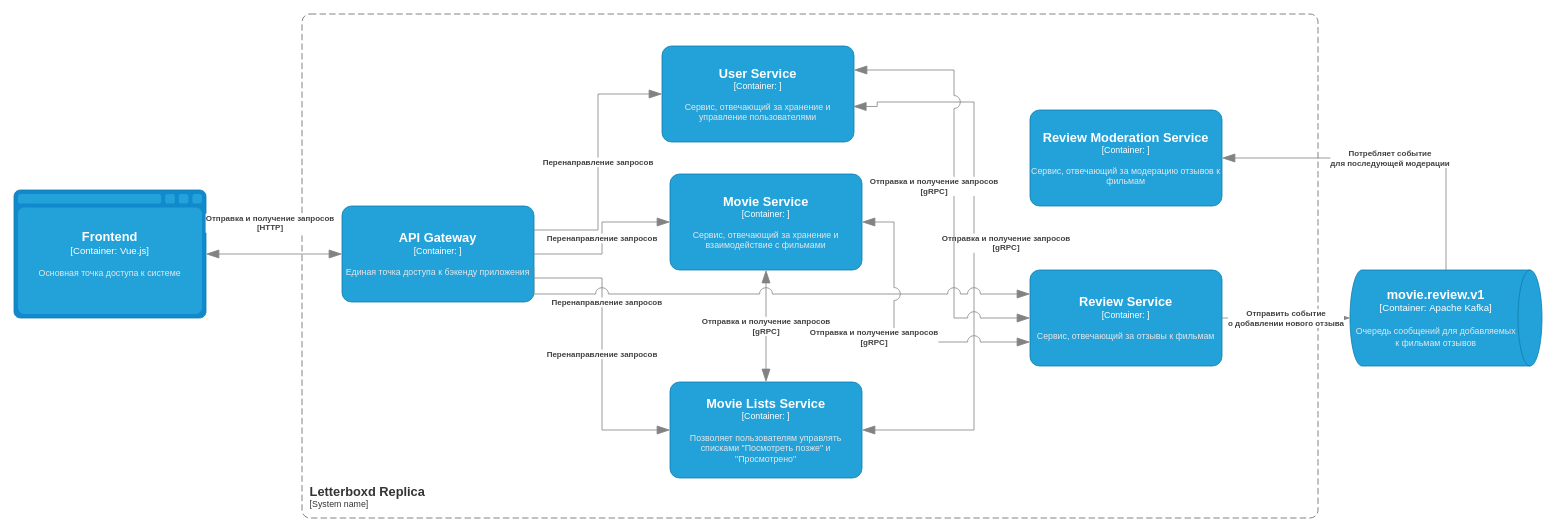
Before: docs/requirments/architecture/C4.drawio in eatdetey/letterboxd-replica, a draw.io diagram. Source tidied: cells renumbered, new cells numbered last; positions are measured from the earlier drawing's top-left corner, leaving out a move shared by most shapes. Both pictures are drawn from the tidied source at 80%, with x=0, y=0 at pixel (14, 14).
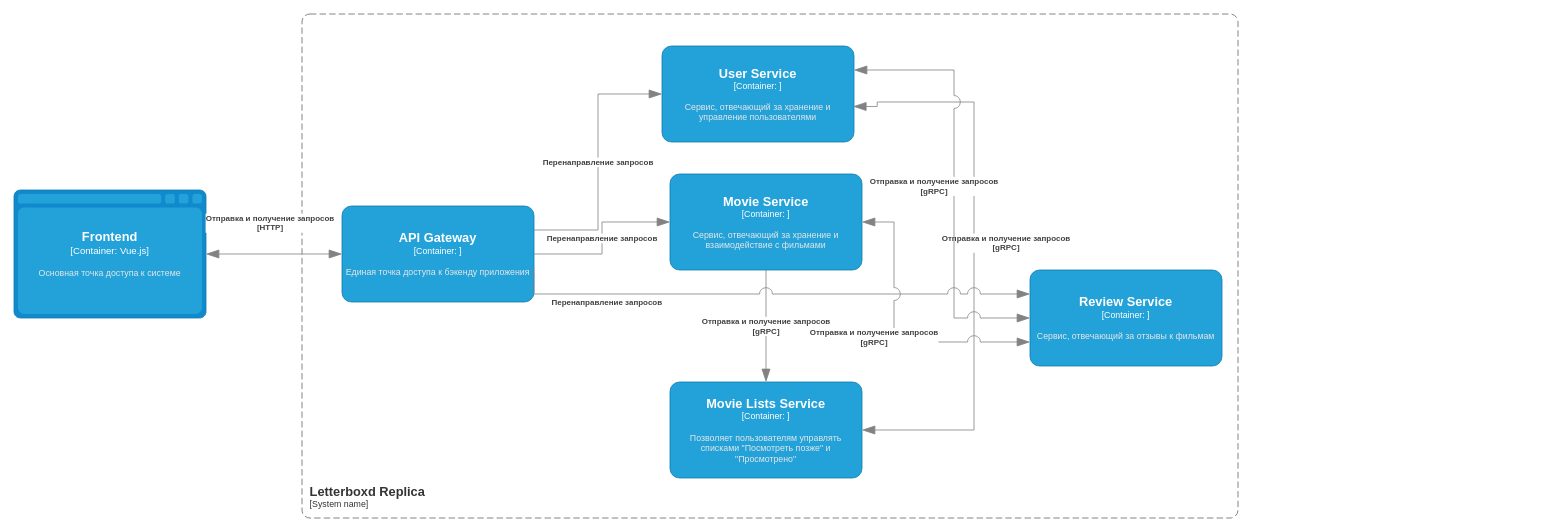
The same diagram, later.

Commit message (it also covers changes not shown here):
feat(architecture): актуализрована c4 диаграмма

Unchanged cells that the change refers to:
```xml
<object id="5" label="&lt;font style=&quot;font-size: 16px&quot;&gt;&lt;b&gt;%c4Name%&lt;/b&gt;&lt;/font&gt;&lt;div&gt;[%c4Type%: %c4Technology%]&lt;/div&gt;&lt;br&gt;&lt;div&gt;&lt;font style=&quot;font-size: 11px&quot;&gt;&lt;font color=&quot;#E6E6E6&quot;&gt;%c4Description%&lt;/font&gt;&lt;/div&gt;" c4Description="Сервис, отвечающий за хранение и взаимодействие с фильмами" c4Name="Movie Service" c4Technology="" c4Type="Container" placeholders="1">
  <mxCell style="rounded=1;whiteSpace=wrap;html=1;fontSize=11;labelBackgroundColor=none;fillColor=#23A2D9;fontColor=#ffffff;align=center;arcSize=10;strokeColor=#0E7DAD;points=[[0.25,0,0],[0.5,0,0],[0.75,0,0],[1,0.25,0],[1,0.5,0],[1,0.75,0],[0.75,1,0],[0.5,1,0],[0.25,1,0],[0,0.75,0],[0,0.5,0],[0,0.25,0]];" parent="1" vertex="1">
    <mxGeometry x="820" y="200" width="240" height="120" as="geometry" />
  </mxCell>
</object>
<object id="6" label="&lt;font style=&quot;font-size: 16px&quot;&gt;&lt;b&gt;%c4Name%&lt;/b&gt;&lt;/font&gt;&lt;div&gt;[%c4Type%: %c4Technology%]&lt;/div&gt;&lt;br&gt;&lt;div&gt;&lt;font style=&quot;font-size: 11px&quot;&gt;&lt;font color=&quot;#E6E6E6&quot;&gt;%c4Description%&lt;/font&gt;&lt;/div&gt;" c4Description="Сервис, отвечающий за отзывы к фильмам" c4Name="Review Service" c4Technology="" c4Type="Container" placeholders="1">
  <mxCell style="rounded=1;whiteSpace=wrap;html=1;fontSize=11;labelBackgroundColor=none;fillColor=#23A2D9;fontColor=#ffffff;align=center;arcSize=10;strokeColor=#0E7DAD;points=[[0.25,0,0],[0.5,0,0],[0.75,0,0],[1,0.25,0],[1,0.5,0],[1,0.75,0],[0.75,1,0],[0.5,1,0],[0.25,1,0],[0,0.75,0],[0,0.5,0],[0,0.25,0]];" parent="1" vertex="1">
    <mxGeometry x="1270" y="320" width="240" height="120" as="geometry" />
  </mxCell>
</object>
<object id="7" label="&lt;font style=&quot;font-size: 16px&quot;&gt;&lt;b&gt;%c4Name%&lt;/b&gt;&lt;/font&gt;&lt;div&gt;[%c4Type%: %c4Technology%]&lt;/div&gt;&lt;br&gt;&lt;div&gt;&lt;font style=&quot;font-size: 11px&quot;&gt;&lt;font color=&quot;#E6E6E6&quot;&gt;%c4Description%&lt;/font&gt;&lt;/div&gt;" c4Description="Позволяет пользователям управлять списками &quot;Посмотреть позже&quot; и &quot;Просмотрено&quot;" c4Name="Movie Lists Service" c4Technology="" c4Type="Container" placeholders="1">
  <mxCell style="rounded=1;whiteSpace=wrap;html=1;fontSize=11;labelBackgroundColor=none;fillColor=#23A2D9;fontColor=#ffffff;align=center;arcSize=10;strokeColor=#0E7DAD;points=[[0.25,0,0],[0.5,0,0],[0.75,0,0],[1,0.25,0],[1,0.5,0],[1,0.75,0],[0.75,1,0],[0.5,1,0],[0.25,1,0],[0,0.75,0],[0,0.5,0],[0,0.25,0]];" parent="1" vertex="1">
    <mxGeometry x="820" y="460" width="240" height="120" as="geometry" />
  </mxCell>
</object>
<object id="15" label="&lt;font style=&quot;font-size: 16px&quot;&gt;&lt;b&gt;%c4Name%&lt;/b&gt;&lt;/font&gt;&lt;div&gt;[%c4Type%: %c4Technology%]&lt;/div&gt;&lt;br&gt;&lt;div&gt;&lt;font style=&quot;font-size: 11px&quot;&gt;&lt;font color=&quot;#E6E6E6&quot;&gt;%c4Description%&lt;/font&gt;&lt;/div&gt;" c4Description="Единая точка доступа к бэкенду приложения" c4Name="API Gateway" c4Technology="" c4Type="Container" placeholders="1">
  <mxCell style="rounded=1;whiteSpace=wrap;html=1;fontSize=11;labelBackgroundColor=none;fillColor=#23A2D9;fontColor=#ffffff;align=center;arcSize=10;strokeColor=#0E7DAD;points=[[0.25,0,0],[0.5,0,0],[0.75,0,0],[1,0.25,0],[1,0.5,0],[1,0.75,0],[0.75,1,0],[0.5,1,0],[0.25,1,0],[0,0.75,0],[0,0.5,0],[0,0.25,0]];" parent="1" vertex="1">
    <mxGeometry x="410" y="240" width="240" height="120" as="geometry" />
  </mxCell>
</object>
```

Change to the diagram source:
```diff
@@
     <object id="2" label="&lt;font style=&quot;font-size: 16px&quot;&gt;&lt;b&gt;&lt;div style=&quot;text-align: left&quot;&gt;%c4Name%&lt;/div&gt;&lt;/b&gt;&lt;/font&gt;&lt;div style=&quot;text-align: left&quot;&gt;[%c4Application%]&lt;/div&gt;" c4Application="System name" c4Name="Letterboxd Replica" placeholders="1">
       <mxCell style="rounded=1;fontSize=11;whiteSpace=wrap;html=1;dashed=1;arcSize=20;fillColor=none;strokeColor=#666666;fontColor=#333333;labelBackgroundColor=none;align=left;verticalAlign=bottom;labelBorderColor=none;spacingTop=0;spacing=10;dashPattern=8 4;perimeter=rectanglePerimeter;noLabel=0;labelPadding=0;absoluteArcSize=1;" parent="1" vertex="1">
-        <mxGeometry x="360" width="1270" height="630" as="geometry" />
+        <mxGeometry x="360" width="1170" height="630" as="geometry" />
       </mxCell>
     </object>
@@
-    <object id="8" label="&lt;font style=&quot;font-size: 16px&quot;&gt;&lt;b&gt;%c4Name%&lt;/b&gt;&lt;/font&gt;&lt;div&gt;[%c4Type%: %c4Technology%]&lt;/div&gt;&lt;br&gt;&lt;div&gt;&lt;font style=&quot;font-size: 11px&quot;&gt;&lt;font color=&quot;#E6E6E6&quot;&gt;%c4Description%&lt;/font&gt;&lt;/div&gt;" c4Description="Сервис, отвечающий за модерацию отзывов к фильмам" c4Name="Review Moderation Service" c4Technology="" c4Type="Container" placeholders="1">
-      <mxCell style="rounded=1;whiteSpace=wrap;html=1;fontSize=11;labelBackgroundColor=none;fillColor=#23A2D9;fontColor=#ffffff;align=center;arcSize=10;strokeColor=#0E7DAD;points=[[0.25,0,0],[0.5,0,0],[0.75,0,0],[1,0.25,0],[1,0.5,0],[1,0.75,0],[0.75,1,0],[0.5,1,0],[0.25,1,0],[0,0.75,0],[0,0.5,0],[0,0.25,0]];" parent="1" vertex="1">
-        <mxGeometry x="1270" y="120" width="240" height="120" as="geometry" />
-      </mxCell>
-    </object>
-    <object id="9" label="&lt;font style=&quot;font-size: 16px&quot;&gt;&lt;b&gt;%c4Name%&lt;/b&gt;&lt;/font&gt;&lt;div&gt;[%c4Type%:&amp;nbsp;%c4Technology%]&lt;/div&gt;&lt;br&gt;&lt;div&gt;&lt;font style=&quot;font-size: 11px&quot;&gt;&lt;font color=&quot;#E6E6E6&quot;&gt;%c4Description%&lt;/font&gt;&lt;/div&gt;" c4Description="Очередь сообщений для добавляемых к фильмам отзывов" c4Name="movie.review.v1" c4Technology="Apache Kafka" c4Type="Container" placeholders="1">
-      <mxCell style="shape=cylinder3;size=15;direction=south;whiteSpace=wrap;html=1;boundedLbl=1;rounded=0;labelBackgroundColor=none;fillColor=#23A2D9;fontSize=12;fontColor=#ffffff;align=center;strokeColor=#0E7DAD;points=[[0.5,0,0],[1,0.25,0],[1,0.5,0],[1,0.75,0],[0.5,1,0],[0,0.75,0],[0,0.5,0],[0,0.25,0]];" parent="1" vertex="1">
-        <mxGeometry x="1670" y="320" width="240" height="120" as="geometry" />
-      </mxCell>
-    </object>
-    <object id="10" label="&lt;div style=&quot;text-align: left&quot;&gt;&lt;div style=&quot;text-align: center&quot;&gt;&lt;b&gt;%c4Description%&lt;/b&gt;&lt;/div&gt;" c4Description="Отправить событие &#10;о добавлении нового отзыва" placeholders="1">
-      <mxCell style="endArrow=blockThin;html=1;fontSize=10;fontColor=#404040;strokeWidth=1;endFill=1;strokeColor=#828282;elbow=vertical;endSize=14;startSize=14;jumpStyle=arc;jumpSize=16;rounded=0;edgeStyle=orthogonalEdgeStyle;exitX=1;exitY=0.5;exitDx=0;exitDy=0;exitPerimeter=0;entryX=0.5;entryY=1;entryDx=0;entryDy=0;entryPerimeter=0;" parent="1" edge="1" source="6" target="9">
-        <mxGeometry relative="1" as="geometry" />
-      </mxCell>
-    </object>
-    <object id="11" label="&lt;div style=&quot;text-align: left&quot;&gt;&lt;div style=&quot;text-align: center&quot;&gt;&lt;b&gt;%c4Description%&lt;/b&gt;&lt;/div&gt;" c4Description="Потребляет событие &#10;для последующей модерации" placeholders="1">
-      <mxCell style="endArrow=blockThin;html=1;fontSize=10;fontColor=#404040;strokeWidth=1;endFill=1;strokeColor=#828282;elbow=vertical;endSize=14;startSize=14;jumpStyle=arc;jumpSize=16;rounded=0;edgeStyle=orthogonalEdgeStyle;exitX=0;exitY=0.5;exitDx=0;exitDy=0;exitPerimeter=0;entryX=1;entryY=0.5;entryDx=0;entryDy=0;entryPerimeter=0;" parent="1" edge="1" source="9" target="8">
-        <mxGeometry relative="1" as="geometry" />
-      </mxCell>
-    </object>
     <object id="12" label="&lt;div style=&quot;text-align: left&quot;&gt;&lt;div style=&quot;text-align: center&quot;&gt;&lt;b&gt;%c4Description%&lt;/b&gt;&lt;/div&gt;" c4Description="Отправка и получение запросов&#10;[gRPC]" placeholders="1">
-      <mxCell style="endArrow=blockThin;html=1;fontSize=10;fontColor=#404040;strokeWidth=1;endFill=1;strokeColor=#828282;elbow=vertical;endSize=14;startSize=14;jumpStyle=arc;jumpSize=16;rounded=0;edgeStyle=orthogonalEdgeStyle;exitX=0.5;exitY=1;exitDx=0;exitDy=0;exitPerimeter=0;entryX=0.5;entryY=0;entryDx=0;entryDy=0;entryPerimeter=0;startArrow=blockThin;startFill=1;" parent="1" edge="1" source="5" target="7">
+      <mxCell style="endArrow=blockThin;html=1;fontSize=10;fontColor=#404040;strokeWidth=1;endFill=1;strokeColor=#828282;elbow=vertical;endSize=14;startSize=14;jumpStyle=arc;jumpSize=16;rounded=0;edgeStyle=orthogonalEdgeStyle;exitX=0.5;exitY=1;exitDx=0;exitDy=0;exitPerimeter=0;entryX=0.5;entryY=0;entryDx=0;entryDy=0;entryPerimeter=0;startArrow=none;startFill=0;" parent="1" edge="1" source="5" target="7">
         <mxGeometry relative="1" as="geometry" />
       </mxCell>
     </object>
@@
-    <object id="19" label="&lt;div style=&quot;text-align: left&quot;&gt;&lt;div style=&quot;text-align: center&quot;&gt;&lt;b&gt;%c4Description%&lt;/b&gt;&lt;/div&gt;" c4Description="Перенаправление запросов" placeholders="1">
-      <mxCell style="endArrow=blockThin;html=1;fontSize=10;fontColor=#404040;strokeWidth=1;endFill=1;strokeColor=#828282;elbow=vertical;endSize=14;startSize=14;jumpStyle=arc;jumpSize=16;rounded=0;edgeStyle=orthogonalEdgeStyle;exitX=1;exitY=0.75;exitDx=0;exitDy=0;exitPerimeter=0;entryX=0;entryY=0.5;entryDx=0;entryDy=0;entryPerimeter=0;" parent="1" edge="1" source="15" target="7">
-        <mxGeometry relative="1" as="geometry" />
-      </mxCell>
-    </object>
```
